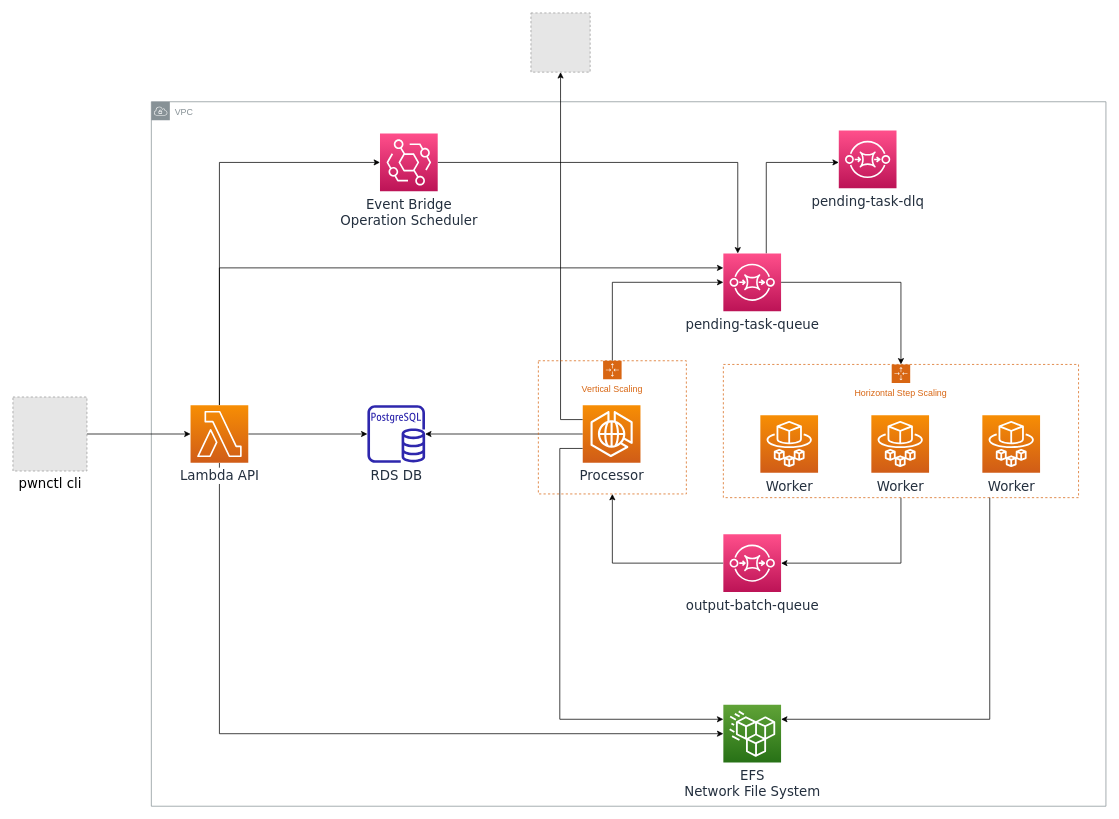
Before: img/pwnctl-phase1.drawio in aristosMiliaressis/pwnctl, a draw.io diagram. Source tidied: cells renumbered, new cells numbered last; positions are measured from the earlier drawing's top-left corner, leaving out a move shared by most shapes. Both pictures are drawn from the tidied source at 74%, with x=0, y=0 at pixel (13, 13). Pictures stored in the file or linked from it are replaced by grey dashed boxes.
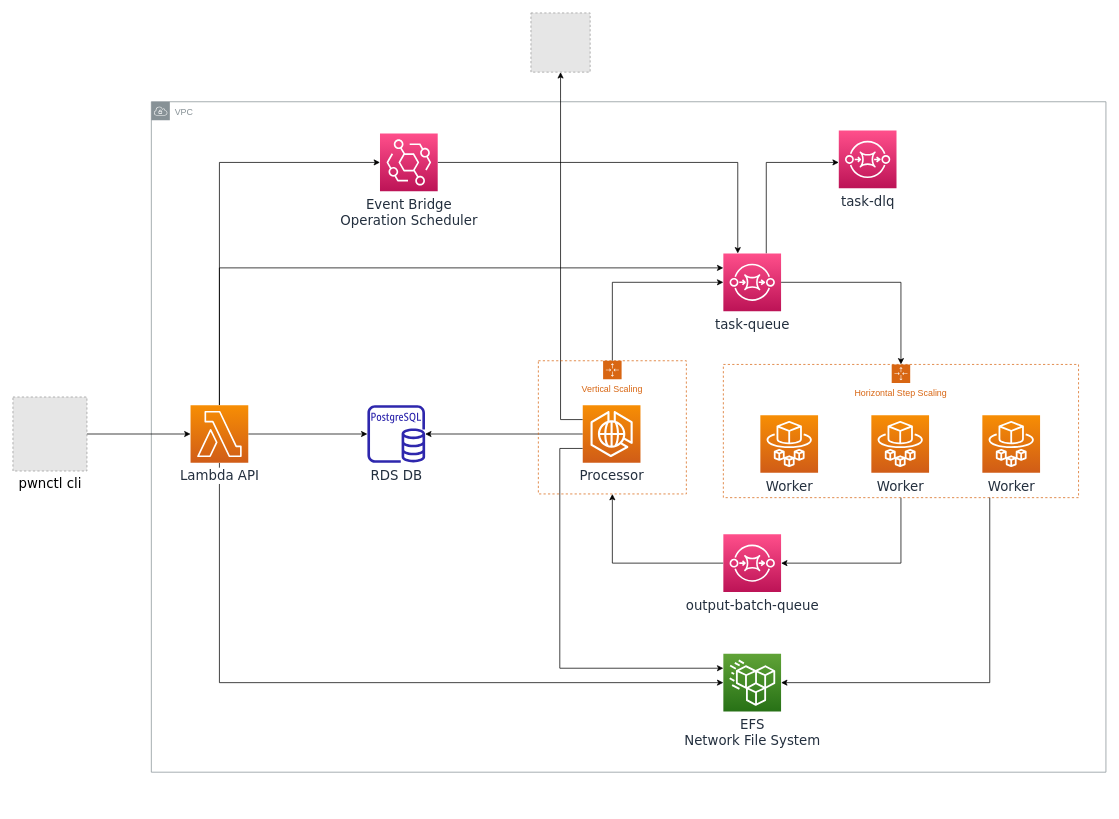
The same page after the edit.

Unchanged cells that the change refers to:
```xml
<mxCell id="11" value="Processor" style="sketch=0;points=[[0,0,0],[0.25,0,0],[0.5,0,0],[0.75,0,0],[1,0,0],[0,1,0],[0.25,1,0],[0.5,1,0],[0.75,1,0],[1,1,0],[0,0.25,0],[0,0.5,0],[0,0.75,0],[1,0.25,0],[1,0.5,0],[1,0.75,0]];outlineConnect=0;fontColor=#232F3E;gradientColor=#F78E04;gradientDirection=north;fillColor=#D05C17;strokeColor=#ffffff;dashed=0;verticalLabelPosition=bottom;verticalAlign=top;align=center;html=1;fontSize=18;fontStyle=0;shape=mxgraph.aws4.resourceIcon;resIcon=mxgraph.aws4.ecs_anywhere;fontFamily=Verdana;" parent="1" vertex="1">
  <mxGeometry x="770" y="530" width="78" height="78" as="geometry" />
</mxCell>
<mxCell id="19" value="Lambda API" style="sketch=0;points=[[0,0,0],[0.25,0,0],[0.5,0,0],[0.75,0,0],[1,0,0],[0,1,0],[0.25,1,0],[0.5,1,0],[0.75,1,0],[1,1,0],[0,0.25,0],[0,0.5,0],[0,0.75,0],[1,0.25,0],[1,0.5,0],[1,0.75,0]];outlineConnect=0;fontColor=#232F3E;gradientColor=#F78E04;gradientDirection=north;fillColor=#D05C17;strokeColor=#ffffff;dashed=0;verticalLabelPosition=bottom;verticalAlign=top;align=center;html=1;fontSize=18;fontStyle=0;shape=mxgraph.aws4.resourceIcon;resIcon=mxgraph.aws4.lambda;fontFamily=Verdana;labelBackgroundColor=default;" parent="1" vertex="1">
  <mxGeometry x="240" y="530" width="78" height="78" as="geometry" />
</mxCell>
<mxCell id="25" value="&lt;div&gt;Horizontal Step Scaling&lt;/div&gt;&lt;div&gt;&lt;br&gt;&lt;/div&gt;" style="points=[[0,0],[0.25,0],[0.5,0],[0.75,0],[1,0],[1,0.25],[1,0.5],[1,0.75],[1,1],[0.75,1],[0.5,1],[0.25,1],[0,1],[0,0.75],[0,0.5],[0,0.25]];outlineConnect=0;gradientColor=none;html=1;whiteSpace=wrap;fontSize=12;fontStyle=0;shape=mxgraph.aws4.groupCenter;grIcon=mxgraph.aws4.group_auto_scaling_group;grStroke=1;strokeColor=#D86613;fillColor=none;verticalAlign=top;align=center;fontColor=#D86613;dashed=1;spacingTop=25;" parent="1" vertex="1">
  <mxGeometry x="960" y="475" width="480" height="180" as="geometry" />
</mxCell>
```

What changed in the source:
```diff
@@
     <mxCell id="2" value="VPC" style="sketch=0;gradientColor=none;html=1;whiteSpace=wrap;fontSize=12;fontStyle=0;shape=mxgraph.aws4.group;grIcon=mxgraph.aws4.group_vpc;strokeColor=#879196;fillColor=none;verticalAlign=top;align=left;spacingLeft=30;fontColor=#879196;dashed=0;" parent="1" vertex="1">
-      <mxGeometry x="187" y="120" width="1290" height="952" as="geometry" />
+      <mxGeometry x="187" y="120" width="1290" height="906" as="geometry" />
     </mxCell>
@@
-    <mxCell id="5" value="&lt;div style=&quot;font-size: 18px;&quot;&gt;pending-task-queue&lt;/div&gt;&lt;div style=&quot;font-size: 18px;&quot;&gt;&lt;br style=&quot;font-size: 18px;&quot;&gt;&lt;/div&gt;" style="sketch=0;points=[[0,0,0],[0.25,0,0],[0.5,0,0],[0.75,0,0],[1,0,0],[0,1,0],[0.25,1,0],[0.5,1,0],[0.75,1,0],[1,1,0],[0,0.25,0],[0,0.5,0],[0,0.75,0],[1,0.25,0],[1,0.5,0],[1,0.75,0]];outlineConnect=0;fontColor=#232F3E;gradientColor=#FF4F8B;gradientDirection=north;fillColor=#BC1356;strokeColor=#ffffff;dashed=0;verticalLabelPosition=bottom;verticalAlign=top;align=center;html=1;fontSize=18;fontStyle=0;shape=mxgraph.aws4.resourceIcon;resIcon=mxgraph.aws4.sqs;fontFamily=Verdana;" parent="1" vertex="1">
+    <mxCell id="5" value="&lt;div style=&quot;font-size: 18px;&quot;&gt;task-queue&lt;/div&gt;&lt;div style=&quot;font-size: 18px;&quot;&gt;&lt;br style=&quot;font-size: 18px;&quot;&gt;&lt;/div&gt;" style="sketch=0;points=[[0,0,0],[0.25,0,0],[0.5,0,0],[0.75,0,0],[1,0,0],[0,1,0],[0.25,1,0],[0.5,1,0],[0.75,1,0],[1,1,0],[0,0.25,0],[0,0.5,0],[0,0.75,0],[1,0.25,0],[1,0.5,0],[1,0.75,0]];outlineConnect=0;fontColor=#232F3E;gradientColor=#FF4F8B;gradientDirection=north;fillColor=#BC1356;strokeColor=#ffffff;dashed=0;verticalLabelPosition=bottom;verticalAlign=top;align=center;html=1;fontSize=18;fontStyle=0;shape=mxgraph.aws4.resourceIcon;resIcon=mxgraph.aws4.sqs;fontFamily=Verdana;" parent="1" vertex="1">
       <mxGeometry x="960" y="325" width="78" height="78" as="geometry" />
     </mxCell>
@@
     <mxCell id="9" style="edgeStyle=orthogonalEdgeStyle;rounded=0;jettySize=auto;html=1;entryX=0;entryY=0.25;entryDx=0;entryDy=0;entryPerimeter=0;exitX=0;exitY=0.75;exitDx=0;exitDy=0;exitPerimeter=0;" parent="1" edge="1" source="11" target="21">
       <mxGeometry relative="1" as="geometry">
         <Array as="points">
-          <mxPoint x="739" y="588" />
-          <mxPoint x="739" y="954" />
+          <mxPoint x="739" y="589" />
+          <mxPoint x="739" y="886" />
         </Array>
       </mxGeometry>
     </mxCell>
@@
     <mxCell id="15" style="edgeStyle=orthogonalEdgeStyle;rounded=0;jettySize=auto;html=1;entryX=0;entryY=0.5;entryDx=0;entryDy=0;entryPerimeter=0;" parent="1" edge="1" source="19" target="21">
       <mxGeometry relative="1" as="geometry">
         <Array as="points">
-          <mxPoint x="279" y="974" />
+          <mxPoint x="279" y="905" />
         </Array>
       </mxGeometry>
     </mxCell>
@@
     <mxCell id="21" value="EFS&lt;br&gt; Network File System" style="sketch=0;points=[[0,0,0],[0.25,0,0],[0.5,0,0],[0.75,0,0],[1,0,0],[0,1,0],[0.25,1,0],[0.5,1,0],[0.75,1,0],[1,1,0],[0,0.25,0],[0,0.5,0],[0,0.75,0],[1,0.25,0],[1,0.5,0],[1,0.75,0]];outlineConnect=0;fontColor=#232F3E;gradientColor=#60A337;gradientDirection=north;fillColor=#277116;strokeColor=#ffffff;dashed=0;verticalLabelPosition=bottom;verticalAlign=top;align=center;html=1;fontSize=18;fontStyle=0;shape=mxgraph.aws4.resourceIcon;resIcon=mxgraph.aws4.efs_standard;fontFamily=Verdana;" parent="1" vertex="1">
-      <mxGeometry x="960" y="935" width="78" height="78" as="geometry" />
+      <mxGeometry x="960" y="866" width="78" height="78" as="geometry" />
     </mxCell>
@@
-    <mxCell id="29" style="edgeStyle=orthogonalEdgeStyle;rounded=0;jettySize=auto;html=1;exitX=0.75;exitY=1;exitDx=0;exitDy=0;entryX=1;entryY=0.25;entryDx=0;entryDy=0;entryPerimeter=0;" parent="1" edge="1" source="25" target="21">
+    <mxCell id="29" style="edgeStyle=orthogonalEdgeStyle;rounded=0;jettySize=auto;html=1;exitX=0.75;exitY=1;exitDx=0;exitDy=0;entryX=1;entryY=0.5;entryDx=0;entryDy=0;entryPerimeter=0;" parent="1" edge="1" source="25" target="21">
       <mxGeometry relative="1" as="geometry">
         <Array as="points">
-          <mxPoint x="1320" y="955" />
+          <mxPoint x="1320" y="905" />
         </Array>
       </mxGeometry>
     </mxCell>
-    <mxCell id="30" value="pending-task-dlq" style="sketch=0;fontColor=#232F3E;gradientColor=#FF4F8B;gradientDirection=north;fillColor=#BC1356;strokeColor=#ffffff;dashed=0;verticalLabelPosition=bottom;verticalAlign=top;align=center;html=1;fontSize=18;fontStyle=0;shape=mxgraph.aws4.resourceIcon;resIcon=mxgraph.aws4.sqs;fontFamily=Verdana;" parent="1" vertex="1">
+    <mxCell id="30" value="task-dlq" style="sketch=0;fontColor=#232F3E;gradientColor=#FF4F8B;gradientDirection=north;fillColor=#BC1356;strokeColor=#ffffff;dashed=0;verticalLabelPosition=bottom;verticalAlign=top;align=center;html=1;fontSize=18;fontStyle=0;shape=mxgraph.aws4.resourceIcon;resIcon=mxgraph.aws4.sqs;fontFamily=Verdana;" parent="1" vertex="1">
       <mxGeometry x="1116" y="159" width="78" height="78" as="geometry" />
     </mxCell>
```
